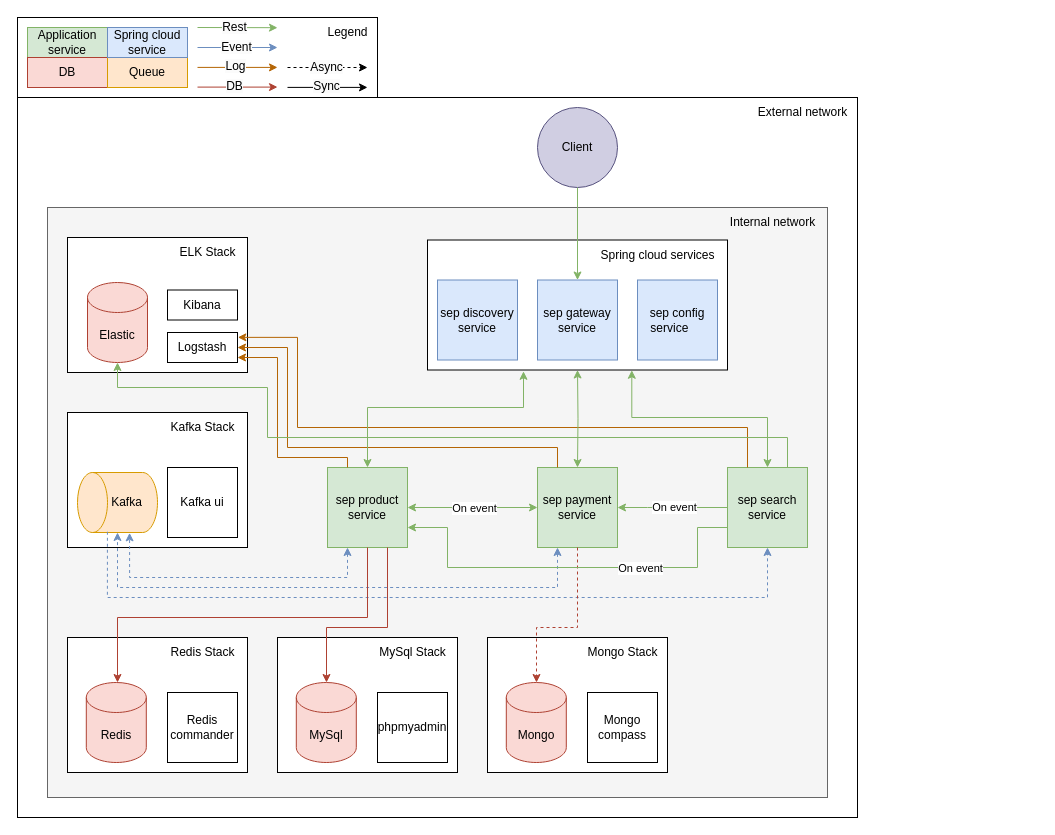
cccaaannn/sep keeps this draw.io diagram as sep-docs/architecture-diagram.drawio. Above is the earlier version. Source tidied: cells renumbered, new cells numbered last; positions are measured from the earlier drawing's top-left corner, leaving out a move shared by most shapes. Both pictures are drawn from the tidied source at 100%, with x=0, y=0 at pixel (17, 17).
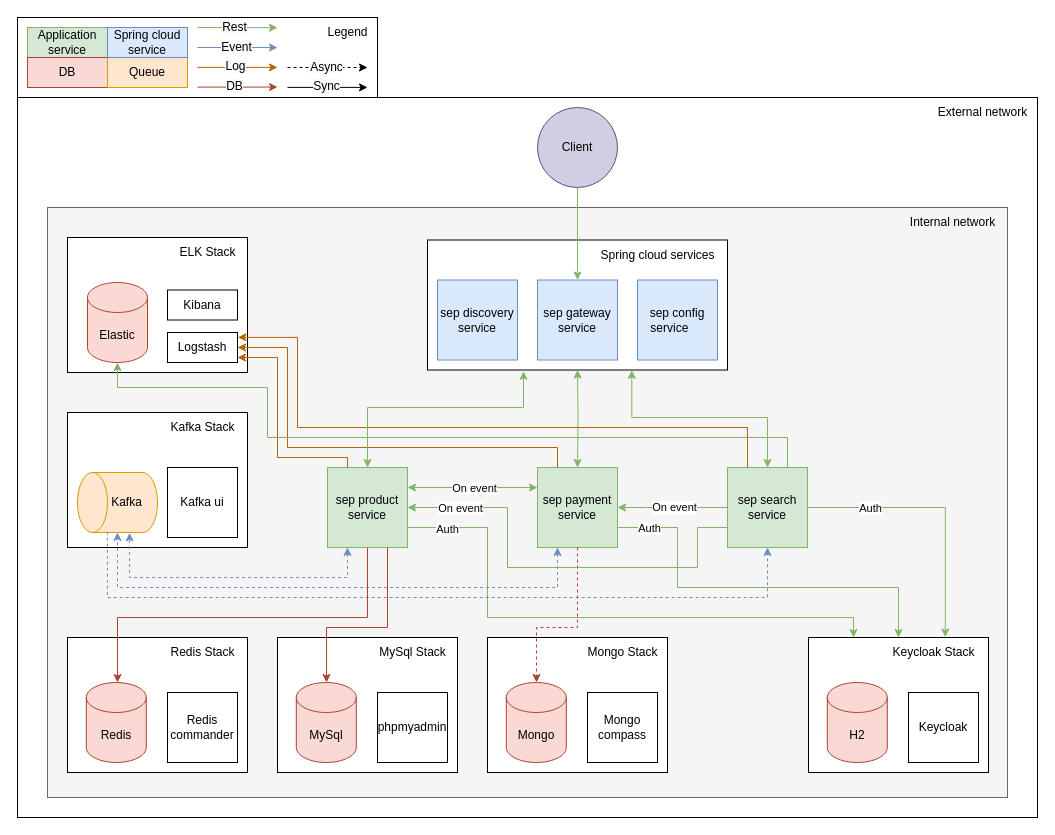
The same page after the edit.

Unchanged cells that the change refers to:
```xml
<mxCell id="4" value="sep search service" style="whiteSpace=wrap;html=1;fillColor=#d5e8d4;strokeColor=#82b366;" parent="1" vertex="1">
  <mxGeometry x="710" y="450" width="80" height="80" as="geometry" />
</mxCell>
<mxCell id="7" value="sep&amp;nbsp;product service" style="whiteSpace=wrap;html=1;fillColor=#d5e8d4;strokeColor=#82b366;" parent="1" vertex="1">
  <mxGeometry x="310" y="450" width="80" height="80" as="geometry" />
</mxCell>
<mxCell id="8" value="sep payment service" style="whiteSpace=wrap;html=1;fillColor=#d5e8d4;strokeColor=#82b366;" parent="1" vertex="1">
  <mxGeometry x="520" y="450" width="80" height="80" as="geometry" />
</mxCell>
```

The edit, as a diff of the source:
```diff
@@
     <mxCell id="2" style="rounded=0;whiteSpace=wrap;html=1;" parent="1" vertex="1">
-      <mxGeometry y="80" width="840" height="720" as="geometry" />
+      <mxGeometry y="80" width="1020" height="720" as="geometry" />
     </mxCell>
     <mxCell id="3" style="rounded=0;whiteSpace=wrap;html=1;fillColor=#f5f5f5;fontColor=#333333;strokeColor=#666666;" parent="1" vertex="1">
-      <mxGeometry x="30" y="190" width="780" height="590" as="geometry" />
+      <mxGeometry x="30" y="190" width="960" height="590" as="geometry" />
     </mxCell>
@@
-    <mxCell id="5" style="edgeStyle=orthogonalEdgeStyle;rounded=0;jettySize=auto;html=1;entryX=0;entryY=0.5;entryDx=0;entryDy=0;fillColor=#d5e8d4;strokeColor=#82b366;startArrow=classic;startFill=1;" parent="1" edge="1" source="7" target="8">
+    <mxCell id="5" style="edgeStyle=orthogonalEdgeStyle;rounded=0;jettySize=auto;html=1;entryX=0;entryY=0.25;entryDx=0;entryDy=0;fillColor=#d5e8d4;strokeColor=#82b366;startArrow=classic;startFill=1;exitX=1;exitY=0.25;exitDx=0;exitDy=0;" parent="1" edge="1" source="7" target="8">
       <mxGeometry relative="1" as="geometry" />
     </mxCell>
@@
+    <mxCell id="84" style="edgeStyle=orthogonalEdgeStyle;rounded=0;jettySize=auto;html=1;entryX=0.25;entryY=0;entryDx=0;entryDy=0;exitX=1;exitY=0.75;exitDx=0;exitDy=0;fillColor=#d5e8d4;strokeColor=#82b366;startArrow=none;startFill=0;" parent="1" edge="1" source="7" target="90">
+      <mxGeometry relative="1" as="geometry">
+        <Array as="points">
+          <mxPoint x="470" y="510" />
+          <mxPoint x="470" y="600" />
+          <mxPoint x="836" y="600" />
+        </Array>
+      </mxGeometry>
+    </mxCell>
+    <mxCell id="85" value="Auth" style="edgeLabel;html=1;align=center;verticalAlign=middle;" parent="84" vertex="1">
+      <mxGeometry x="-0.86" y="-1" relative="1" as="geometry" />
+    </mxCell>
@@
+    <mxCell id="86" style="edgeStyle=orthogonalEdgeStyle;rounded=0;jettySize=auto;html=1;exitX=1;exitY=0.75;exitDx=0;exitDy=0;fillColor=#d5e8d4;strokeColor=#82b366;startArrow=none;startFill=0;" parent="1" edge="1" source="8" target="90">
+      <mxGeometry relative="1" as="geometry">
+        <Array as="points">
+          <mxPoint x="660" y="510" />
+          <mxPoint x="660" y="570" />
+          <mxPoint x="881" y="570" />
+        </Array>
+      </mxGeometry>
+    </mxCell>
+    <mxCell id="87" value="Auth" style="edgeLabel;html=1;align=center;verticalAlign=middle;" parent="86" vertex="1">
+      <mxGeometry x="-0.84" relative="1" as="geometry" />
+    </mxCell>
@@
     <mxCell id="34" value="Internal network" style="text;html=1;align=center;verticalAlign=middle;strokeColor=none;fillColor=none;" parent="1" vertex="1">
-      <mxGeometry x="700" y="190" width="110" height="30" as="geometry" />
+      <mxGeometry x="880" y="190" width="110" height="30" as="geometry" />
     </mxCell>
@@
-    <mxCell id="60" style="edgeStyle=orthogonalEdgeStyle;rounded=0;jettySize=auto;html=1;entryX=1;entryY=0.75;entryDx=0;entryDy=0;fillColor=#d5e8d4;strokeColor=#82b366;startArrow=none;startFill=0;exitX=0;exitY=0.75;exitDx=0;exitDy=0;" parent="1" edge="1" source="4" target="7">
+    <mxCell id="60" style="edgeStyle=orthogonalEdgeStyle;rounded=0;jettySize=auto;html=1;entryX=1;entryY=0.5;entryDx=0;entryDy=0;fillColor=#d5e8d4;strokeColor=#82b366;startArrow=none;startFill=0;exitX=0;exitY=0.75;exitDx=0;exitDy=0;" parent="1" edge="1" source="4" target="7">
       <mxGeometry relative="1" as="geometry">
         <Array as="points">
           <mxPoint x="680" y="510" />
           <mxPoint x="680" y="550" />
-          <mxPoint x="430" y="550" />
-          <mxPoint x="430" y="510" />
+          <mxPoint x="490" y="550" />
+          <mxPoint x="490" y="490" />
         </Array>
       </mxGeometry>
     </mxCell>
     <mxCell id="61" value="On event" style="edgeLabel;html=1;align=center;verticalAlign=middle;" parent="60" vertex="1">
-      <mxGeometry x="-0.36" y="4" relative="1" as="geometry">
-        <mxPoint y="-4" as="offset" />
-      </mxGeometry>
+      <mxGeometry x="0.75" relative="1" as="geometry" />
     </mxCell>
@@
     <mxCell id="65" value="External network" style="text;html=1;align=center;verticalAlign=middle;strokeColor=none;fillColor=none;" parent="1" vertex="1">
-      <mxGeometry x="730" y="80" width="110" height="30" as="geometry" />
+      <mxGeometry x="910" y="80" width="110" height="30" as="geometry" />
     </mxCell>
@@
+    <mxCell id="88" style="group;" parent="1" vertex="1">
+      <mxGeometry x="791" y="620" width="180" height="135" as="geometry" />
+    </mxCell>
+    <mxCell id="89" style="group;" parent="88" vertex="1">
+      <mxGeometry width="180" height="135" as="geometry" />
+    </mxCell>
+    <mxCell id="90" style="rounded=0;whiteSpace=wrap;html=1;" parent="89" vertex="1">
+      <mxGeometry width="180" height="135" as="geometry" />
+    </mxCell>
+    <mxCell id="91" value="H2" style="shape=cylinder3;whiteSpace=wrap;html=1;boundedLbl=1;backgroundOutline=1;size=15;fillColor=#fad9d5;strokeColor=#ae4132;" parent="89" vertex="1">
+      <mxGeometry x="18.8" y="45" width="60" height="80" as="geometry" />
+    </mxCell>
+    <mxCell id="92" value="Keycloak" style="whiteSpace=wrap;html=1;" parent="89" vertex="1">
+      <mxGeometry x="100" y="55" width="70" height="70" as="geometry" />
+    </mxCell>
+    <mxCell id="93" value="Keycloak Stack" style="text;html=1;align=center;verticalAlign=middle;points=[];strokeColor=none;fillColor=none;" parent="89" vertex="1">
+      <mxGeometry x="70" width="110" height="30" as="geometry" />
+    </mxCell>
+    <mxCell id="94" style="edgeStyle=orthogonalEdgeStyle;rounded=0;jettySize=auto;html=1;entryX=0.607;entryY=-0.013;entryDx=0;entryDy=0;entryPerimeter=0;startArrow=none;startFill=0;fillColor=#d5e8d4;strokeColor=#82b366;" parent="1" edge="1" source="4" target="93">
+      <mxGeometry relative="1" as="geometry" />
+    </mxCell>
+    <mxCell id="95" value="Auth" style="edgeLabel;html=1;align=center;verticalAlign=middle;" parent="94" vertex="1">
+      <mxGeometry x="-0.54" relative="1" as="geometry" />
+    </mxCell>
```
